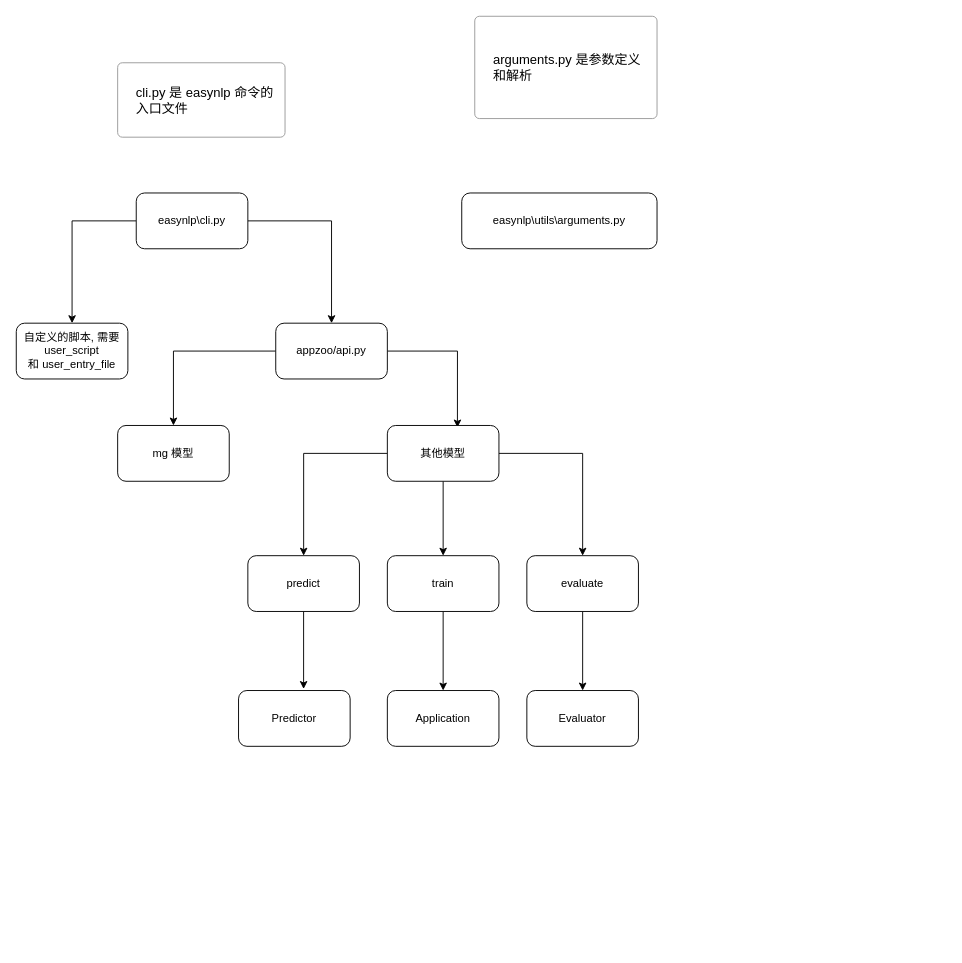
The draw.io diagram easynlp.drawio in zhenhua32/EasyNLP, before the edit. Source tidied: cells renumbered, new cells numbered last; positions are measured from the earlier drawing's top-left corner, leaving out a move shared by most shapes. Both pictures are drawn from the tidied source at 93%, with x=0, y=0 at pixel (16, 16).
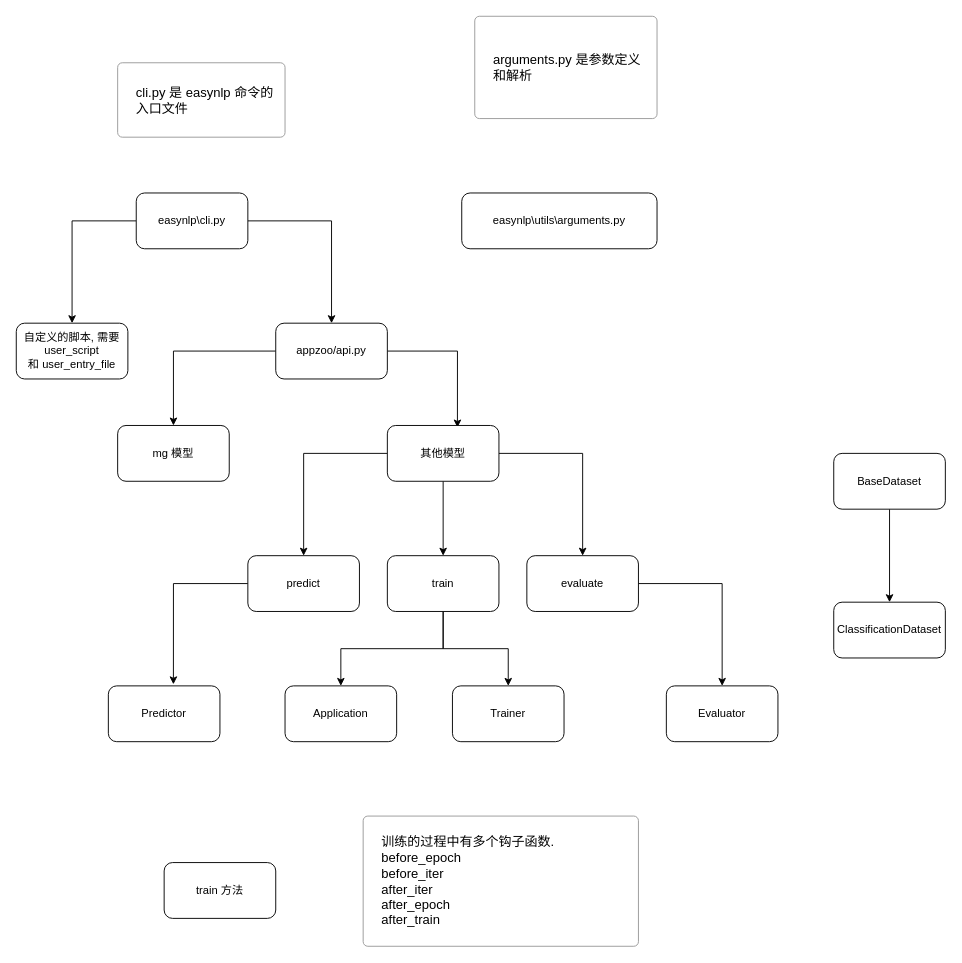
The same diagram, later.

The change refers to these unchanged cells:
```xml
<mxCell id="20" value="train" style="rounded=1;whiteSpace=wrap;html=1;" parent="1" vertex="1">
  <mxGeometry x="399" y="580" width="120" height="60" as="geometry" />
</mxCell>
```

Diff of the diagram source:
```diff
@@
+    <mxCell id="26" style="edgeStyle=orthogonalEdgeStyle;rounded=0;jettySize=auto;html=1;entryX=0.5;entryY=0;entryDx=0;entryDy=0;" parent="1" edge="1" source="20" target="30">
+      <mxGeometry relative="1" as="geometry" />
+    </mxCell>
@@
     <mxCell id="23" value="Application" style="rounded=1;whiteSpace=wrap;html=1;" parent="1" vertex="1">
-      <mxGeometry x="399" y="725" width="120" height="60" as="geometry" />
+      <mxGeometry x="289" y="720" width="120" height="60" as="geometry" />
     </mxCell>
     <mxCell id="24" value="Evaluator" style="rounded=1;whiteSpace=wrap;html=1;" parent="1" vertex="1">
-      <mxGeometry x="549" y="725" width="120" height="60" as="geometry" />
+      <mxGeometry x="699" y="720" width="120" height="60" as="geometry" />
     </mxCell>
     <mxCell id="25" value="Predictor" style="rounded=1;whiteSpace=wrap;html=1;" parent="1" vertex="1">
-      <mxGeometry x="239" y="725" width="120" height="60" as="geometry" />
+      <mxGeometry x="99" y="720" width="120" height="60" as="geometry" />
     </mxCell>
+    <mxCell id="27" style="edgeStyle=orthogonalEdgeStyle;rounded=0;jettySize=auto;html=1;entryX=0.5;entryY=0;entryDx=0;entryDy=0;" parent="1" edge="1" source="28" target="29">
+      <mxGeometry relative="1" as="geometry" />
+    </mxCell>
+    <mxCell id="28" value="BaseDataset" style="rounded=1;whiteSpace=wrap;html=1;" parent="1" vertex="1">
+      <mxGeometry x="879" y="470" width="120" height="60" as="geometry" />
+    </mxCell>
+    <mxCell id="29" value="ClassificationDataset" style="rounded=1;whiteSpace=wrap;html=1;" parent="1" vertex="1">
+      <mxGeometry x="879" y="630" width="120" height="60" as="geometry" />
+    </mxCell>
+    <mxCell id="30" value="Trainer" style="rounded=1;whiteSpace=wrap;html=1;" parent="1" vertex="1">
+      <mxGeometry x="469" y="720" width="120" height="60" as="geometry" />
+    </mxCell>
+    <mxCell id="31" value="train 方法" style="rounded=1;whiteSpace=wrap;html=1;" parent="1" vertex="1">
+      <mxGeometry x="159" y="910" width="120" height="60" as="geometry" />
+    </mxCell>
+    <mxCell id="32" value="训练的过程中有多个钩子函数.&lt;br&gt;before_epoch&lt;br&gt;before_iter&lt;br&gt;after_iter&lt;br&gt;after_epoch&lt;br&gt;after_train" style="html=1;shadow=0;dashed=0;shape=mxgraph.bootstrap.rrect;rSize=5;strokeColor=#999999;strokeWidth=1;fillColor=#FFFFFF;fontColor=#000000;whiteSpace=wrap;align=left;verticalAlign=middle;spacingLeft=10;fontSize=14;spacing=10;" parent="1" vertex="1">
+      <mxGeometry x="373" y="860" width="296" height="140" as="geometry" />
+    </mxCell>
```
